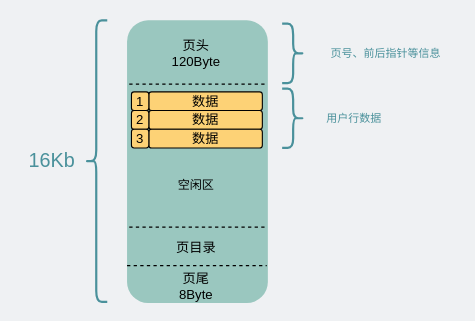
Earlier version of the draw.io diagram network/页结构.drawio (xiaobaiTech/image). Source tidied: cells renumbered, new cells numbered last; positions are measured from the earlier drawing's top-left corner, leaving out a move shared by most shapes. Both pictures are drawn from the tidied source at 110%, with x=0, y=0 at pixel (19, 20).
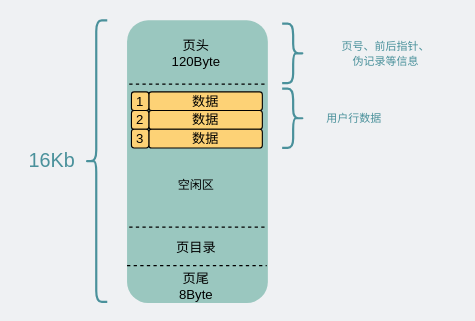
The same page after the edit.

Change to the diagram source:
```diff
@@
-    <mxCell id="19" value="&lt;font style=&quot;font-size: 10px&quot;&gt;页号、前后指针等信息&lt;/font&gt;" style="text;html=1;strokeColor=none;fillColor=none;align=center;verticalAlign=middle;whiteSpace=wrap;rounded=0;fontSize=11;fontColor=#4A919B;" parent="1" vertex="1">
+    <mxCell id="19" value="&lt;font style=&quot;font-size: 10px&quot;&gt;页号、前后指针、&lt;br&gt;伪记录等信息&lt;/font&gt;" style="text;html=1;strokeColor=none;fillColor=none;align=center;verticalAlign=middle;whiteSpace=wrap;rounded=0;fontSize=11;fontColor=#4A919B;" parent="1" vertex="1">
       <mxGeometry x="269" y="11.2" width="129" height="37.5" as="geometry" />
     </mxCell>
```
